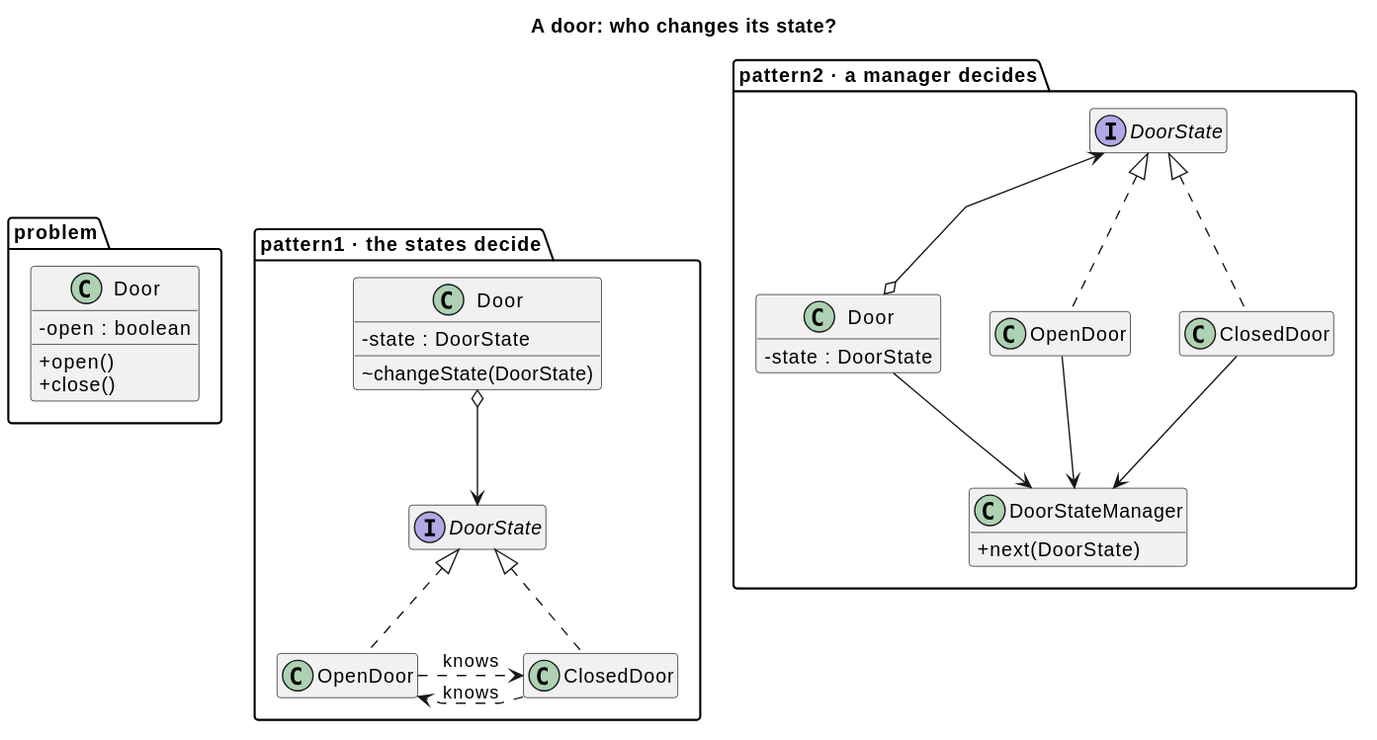
This is src/main/java/dev/kaldiroglu/dp/behavioral/state/door/uml/State - Door - Class Diagram.svg from kaldiroglu/DesignPatternsWithJava, a PlantUML export, as it was before one commit.
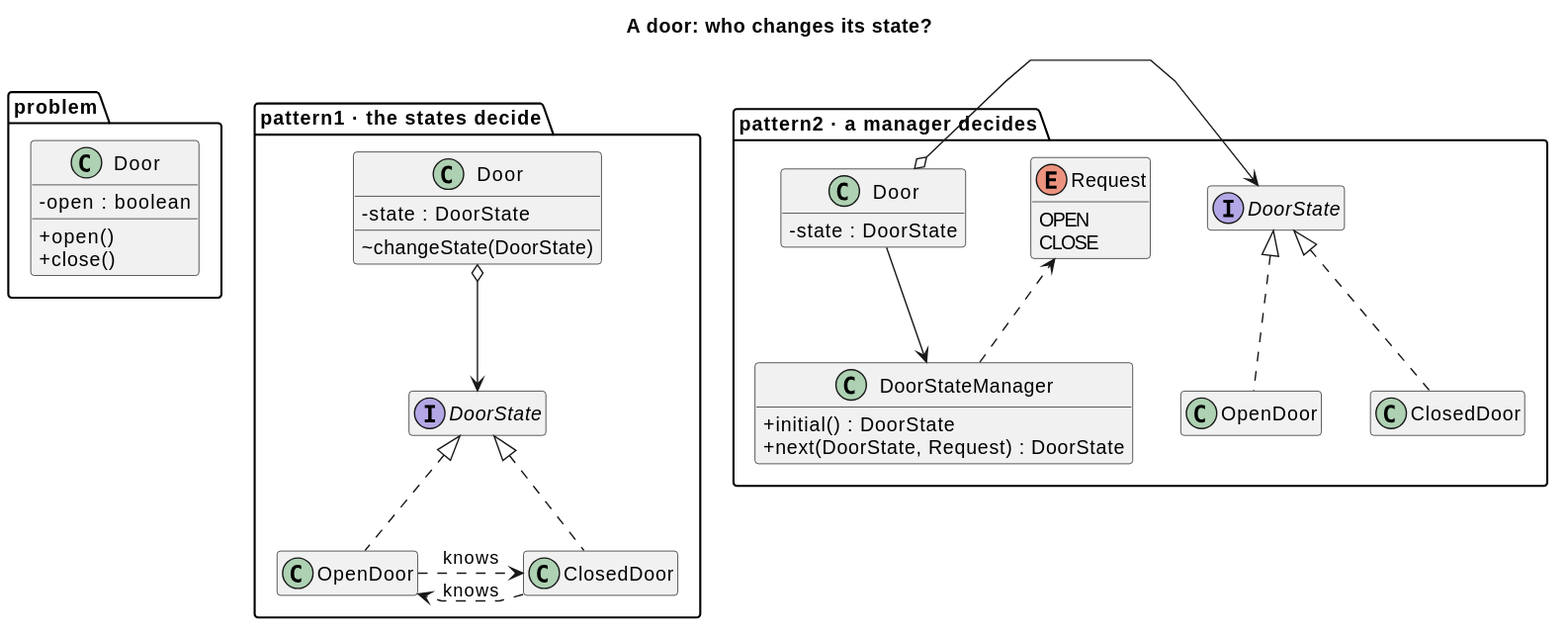
The same file after the commit.

What changed in the source:
```diff
@@ -27,7 +27,12 @@
     - state : DoorState
   }
   class DoorStateManager {
-    + next(DoorState)
+    + initial() : DoorState
+    + next(DoorState, Request) : DoorState
+  }
+  enum Request {
+    OPEN
+    CLOSE
   }
   interface "DoorState" as S2
   class "OpenDoor" as O2
@@ -40,8 +45,7 @@
   C1 .[norank].> O1 : knows
   D2 o-[norank]-> S2
   D2 --> DoorStateManager
-  O2 -[norank]-> DoorStateManager
-  C2 --> DoorStateManager
+  DoorStateManager .[norank].> Request
 D0 -[hidden]right- D1
 D1 -[hidden]right- D2
 @enduml
```
